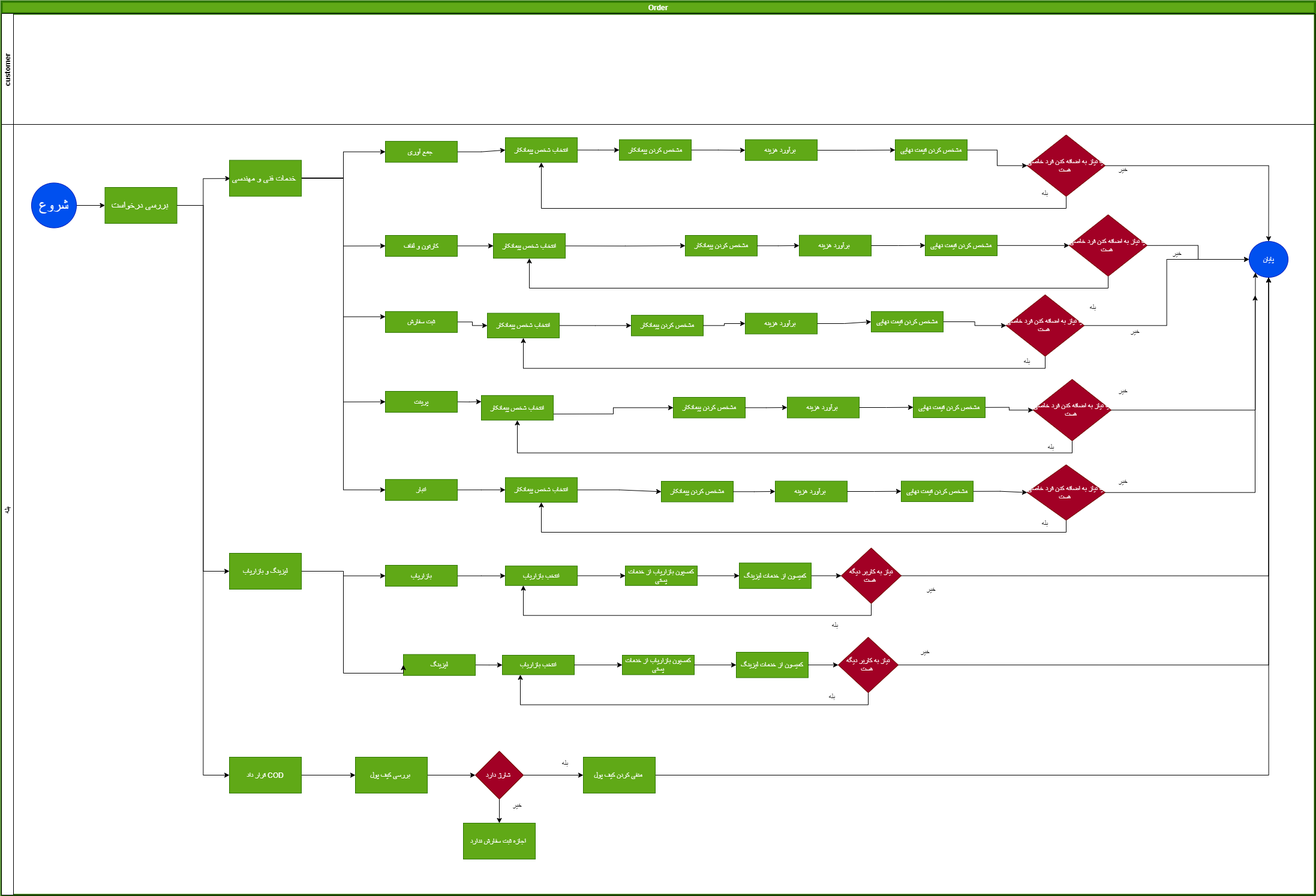
Earlier version of the draw.io export 04-Contract-Service/imgs/BC1-CustumerPlan.png (behrangaghili/Postex-Documents_Diagrams). Source tidied: cells renumbered, new cells last; positions are measured from the earlier drawing's top-left corner, leaving out a move shared by most shapes.
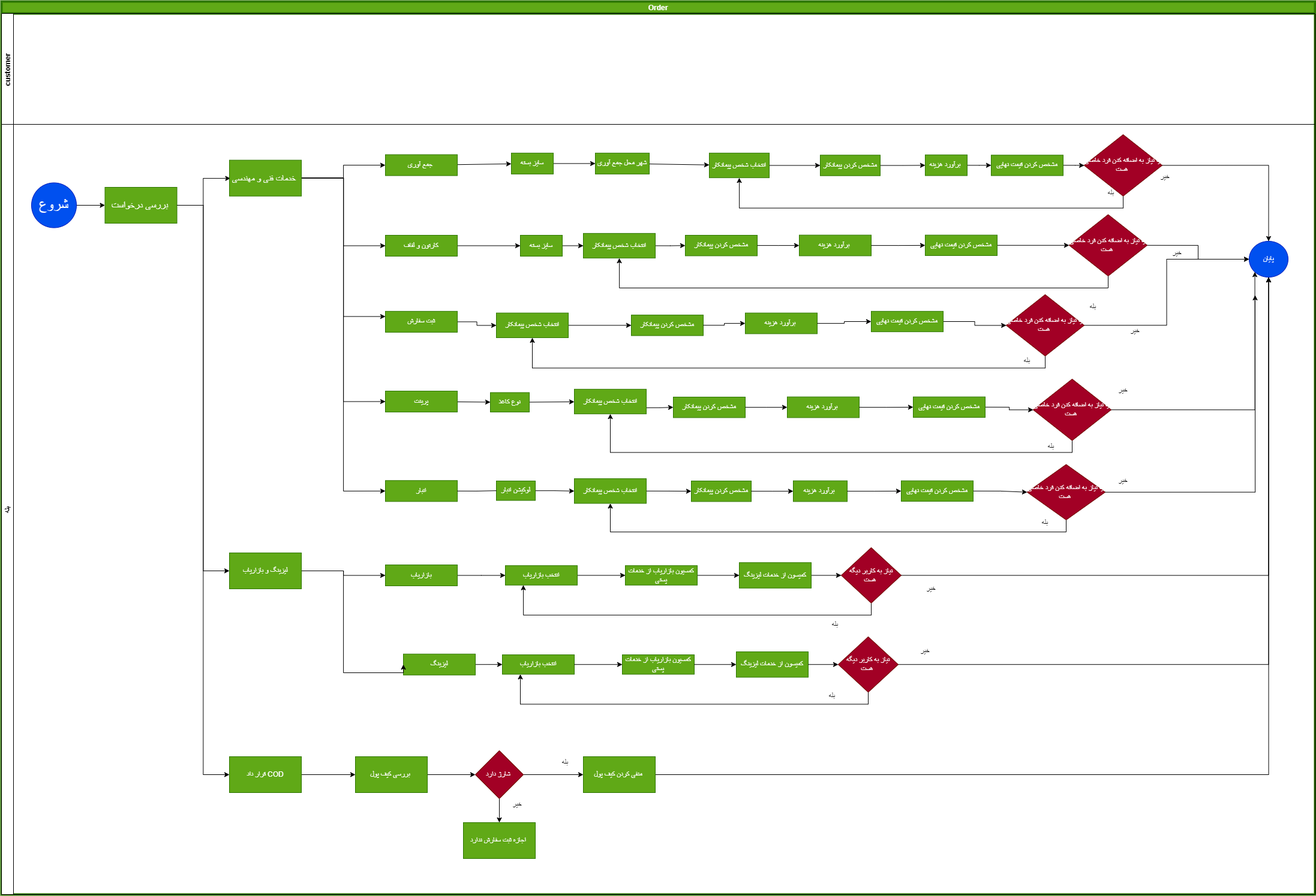
The same diagram one commit later.

Commit message:
edit contract service :diagram , main contact

Diff of the diagram source:
```diff
@@ -25,11 +25,11 @@
     <mxCell id="8" value="&lt;font style=&quot;font-size: 16px&quot;&gt;بررسی درخواست&amp;nbsp;&lt;/font&gt;" style="whiteSpace=wrap;html=1;fontColor=#ffffff;strokeColor=#2D7600;fillColor=#60a917;" parent="5" vertex="1">
       <mxGeometry x="172.5" y="105" width="120" height="60" as="geometry" />
     </mxCell>
-    <mxCell id="9" style="edgeStyle=orthogonalEdgeStyle;rounded=0;jettySize=auto;html=1;" parent="5" edge="1" source="10" target="24">
-      <mxGeometry relative="1" as="geometry" />
-    </mxCell>
+    <mxCell id="135" style="edgeStyle=none;html=1;" parent="5" edge="1" source="10" target="139">
+      <mxGeometry relative="1" as="geometry" />
+    </mxCell>
     <mxCell id="10" value="جمع آوری&amp;nbsp;" style="whiteSpace=wrap;html=1;fontColor=#ffffff;strokeColor=#2D7600;fillColor=#60a917;" parent="5" vertex="1">
-      <mxGeometry x="640" y="28.1" width="120" height="35" as="geometry" />
+      <mxGeometry x="640" y="50.5" width="120" height="35" as="geometry" />
     </mxCell>
     <mxCell id="11" style="edgeStyle=orthogonalEdgeStyle;rounded=0;jettySize=auto;html=1;exitX=1;exitY=0.5;exitDx=0;exitDy=0;" parent="5" edge="1" source="12" target="104">
       <mxGeometry relative="1" as="geometry" />
@@ -43,15 +43,15 @@
     <mxCell id="14" value="بازاریاب" style="whiteSpace=wrap;html=1;fontColor=#ffffff;strokeColor=#2D7600;fillColor=#60a917;" parent="5" vertex="1">
       <mxGeometry x="640" y="735" width="120" height="35" as="geometry" />
     </mxCell>
-    <mxCell id="15" style="edgeStyle=orthogonalEdgeStyle;rounded=0;jettySize=auto;html=1;exitX=1;exitY=0.5;exitDx=0;exitDy=0;" parent="5" edge="1" source="16" target="62">
+    <mxCell id="15" style="edgeStyle=orthogonalEdgeStyle;rounded=0;jettySize=auto;html=1;exitX=1;exitY=0.5;exitDx=0;exitDy=0;startArrow=none;" parent="5" edge="1" source="145" target="62">
       <mxGeometry relative="1" as="geometry" />
     </mxCell>
     <mxCell id="16" value="انبار" style="whiteSpace=wrap;html=1;fontColor=#ffffff;strokeColor=#2D7600;fillColor=#60a917;" parent="5" vertex="1">
-      <mxGeometry x="640" y="591.9" width="120" height="35" as="geometry" />
+      <mxGeometry x="640" y="594.3" width="120" height="35" as="geometry" />
     </mxCell>
-    <mxCell id="17" style="edgeStyle=orthogonalEdgeStyle;rounded=0;jettySize=auto;html=1;exitX=1;exitY=0.5;exitDx=0;exitDy=0;entryX=0;entryY=0.25;entryDx=0;entryDy=0;" parent="5" edge="1" source="18" target="54">
-      <mxGeometry relative="1" as="geometry" />
-    </mxCell>
+    <mxCell id="136" style="edgeStyle=none;html=1;" parent="5" edge="1" source="18" target="144">
+      <mxGeometry relative="1" as="geometry" />
+    </mxCell>
     <mxCell id="18" value="پرینت" style="whiteSpace=wrap;html=1;fontColor=#ffffff;strokeColor=#2D7600;fillColor=#60a917;" parent="5" vertex="1">
       <mxGeometry x="640" y="445" width="120" height="35" as="geometry" />
     </mxCell>
@@ -61,9 +61,12 @@
     <mxCell id="20" value="ثبت سفارش" style="whiteSpace=wrap;html=1;fontColor=#ffffff;strokeColor=#2D7600;fillColor=#60a917;" parent="5" vertex="1">
       <mxGeometry x="640" y="311.9" width="120" height="35" as="geometry" />
     </mxCell>
-    <mxCell id="21" style="edgeStyle=orthogonalEdgeStyle;rounded=0;jettySize=auto;html=1;exitX=1;exitY=0.5;exitDx=0;exitDy=0;entryX=0;entryY=0.5;entryDx=0;entryDy=0;" parent="5" edge="1" source="22" target="38">
+    <mxCell id="21" style="edgeStyle=orthogonalEdgeStyle;rounded=0;jettySize=auto;html=1;exitX=1;exitY=0.5;exitDx=0;exitDy=0;entryX=0;entryY=0.5;entryDx=0;entryDy=0;startArrow=none;" parent="5" edge="1" source="142" target="38">
       <mxGeometry relative="1" as="geometry" />
     </mxCell>
+    <mxCell id="137" style="edgeStyle=none;html=1;" parent="5" edge="1" source="22" target="142">
+      <mxGeometry relative="1" as="geometry" />
+    </mxCell>
     <mxCell id="22" value="کارتون و لفاف" style="whiteSpace=wrap;html=1;fontColor=#ffffff;strokeColor=#2D7600;fillColor=#60a917;" parent="5" vertex="1">
       <mxGeometry x="640" y="185" width="120" height="35" as="geometry" />
     </mxCell>
@@ -71,7 +74,7 @@
       <mxGeometry relative="1" as="geometry" />
     </mxCell>
     <mxCell id="24" value="انتخاب شخص پیمانکار" style="whiteSpace=wrap;html=1;fontColor=#ffffff;strokeColor=#2D7600;fillColor=#60a917;" parent="5" vertex="1">
-      <mxGeometry x="840" y="22" width="120" height="41.2" as="geometry" />
+      <mxGeometry x="1180" y="47.9" width="100" height="41.2" as="geometry" />
     </mxCell>
     <mxCell id="25" style="edgeStyle=orthogonalEdgeStyle;rounded=0;jettySize=auto;html=1;exitX=1;exitY=0.5;exitDx=0;exitDy=0;" parent="5" edge="1" source="30" target="10">
       <mxGeometry relative="1" as="geometry" />
@@ -95,25 +98,25 @@
       <mxGeometry relative="1" as="geometry" />
     </mxCell>
     <mxCell id="32" value="مشخص کردن پیمانکار" style="whiteSpace=wrap;html=1;fontColor=#ffffff;strokeColor=#2D7600;fillColor=#60a917;" parent="5" vertex="1">
-      <mxGeometry x="1030" y="25.4" width="120" height="34.4" as="geometry" />
+      <mxGeometry x="1365" y="51.3" width="100" height="34.4" as="geometry" />
     </mxCell>
     <mxCell id="33" style="edgeStyle=orthogonalEdgeStyle;rounded=0;jettySize=auto;html=1;" parent="5" edge="1" source="34" target="36">
       <mxGeometry relative="1" as="geometry" />
     </mxCell>
     <mxCell id="34" value="برآورد هزینه&amp;nbsp;" style="whiteSpace=wrap;html=1;fontColor=#ffffff;strokeColor=#2D7600;fillColor=#60a917;" parent="5" vertex="1">
-      <mxGeometry x="1240" y="25.4" width="120" height="34.7" as="geometry" />
+      <mxGeometry x="1540" y="50.8" width="70" height="34.7" as="geometry" />
     </mxCell>
     <mxCell id="35" style="edgeStyle=orthogonalEdgeStyle;rounded=0;jettySize=auto;html=1;" parent="5" edge="1" source="36" target="73">
       <mxGeometry relative="1" as="geometry" />
     </mxCell>
     <mxCell id="36" value="مشخص کردن قیمت نهایی" style="whiteSpace=wrap;html=1;fontColor=#ffffff;strokeColor=#2D7600;fillColor=#60a917;" parent="5" vertex="1">
-      <mxGeometry x="1490" y="25.4" width="120" height="34.2" as="geometry" />
+      <mxGeometry x="1650" y="51.3" width="120" height="34.2" as="geometry" />
     </mxCell>
     <mxCell id="37" style="edgeStyle=orthogonalEdgeStyle;rounded=0;jettySize=auto;html=1;exitX=1;exitY=0.5;exitDx=0;exitDy=0;entryX=0;entryY=0.5;entryDx=0;entryDy=0;" parent="5" edge="1" source="38" target="39">
       <mxGeometry relative="1" as="geometry" />
     </mxCell>
     <mxCell id="38" value="انتخاب شخص پیمانکار" style="whiteSpace=wrap;html=1;fontColor=#ffffff;strokeColor=#2D7600;fillColor=#60a917;" parent="5" vertex="1">
-      <mxGeometry x="820" y="181.9" width="120" height="41.2" as="geometry" />
+      <mxGeometry x="970" y="181.9" width="120" height="41.2" as="geometry" />
     </mxCell>
     <mxCell id="39" value="مشخص کردن پیمانکار" style="whiteSpace=wrap;html=1;fontColor=#ffffff;strokeColor=#2D7600;fillColor=#60a917;" parent="5" vertex="1">
       <mxGeometry x="1140" y="185" width="120" height="34.4" as="geometry" />
@@ -137,7 +140,7 @@
       <mxGeometry relative="1" as="geometry" />
     </mxCell>
     <mxCell id="46" value="انتخاب شخص پیمانکار" style="whiteSpace=wrap;html=1;fontColor=#ffffff;strokeColor=#2D7600;fillColor=#60a917;" parent="5" vertex="1">
-      <mxGeometry x="810" y="314.7" width="120" height="41.2" as="geometry" />
+      <mxGeometry x="825" y="314.7" width="120" height="41.2" as="geometry" />
     </mxCell>
     <mxCell id="47" value="مشخص کردن پیمانکار" style="whiteSpace=wrap;html=1;fontColor=#ffffff;strokeColor=#2D7600;fillColor=#60a917;" parent="5" vertex="1">
       <mxGeometry x="1050" y="318.1" width="120" height="34.4" as="geometry" />
@@ -161,7 +164,7 @@
       <mxGeometry relative="1" as="geometry" />
     </mxCell>
     <mxCell id="54" value="انتخاب شخص پیمانکار" style="whiteSpace=wrap;html=1;fontColor=#ffffff;strokeColor=#2D7600;fillColor=#60a917;" parent="5" vertex="1">
-      <mxGeometry x="800" y="451.9" width="120" height="41.2" as="geometry" />
+      <mxGeometry x="955" y="441.9" width="120" height="41.2" as="geometry" />
     </mxCell>
     <mxCell id="55" value="مشخص کردن پیمانکار" style="whiteSpace=wrap;html=1;fontColor=#ffffff;strokeColor=#2D7600;fillColor=#60a917;" parent="5" vertex="1">
       <mxGeometry x="1120" y="455" width="120" height="34.4" as="geometry" />
@@ -185,13 +188,13 @@
       <mxGeometry relative="1" as="geometry" />
     </mxCell>
     <mxCell id="62" value="انتخاب شخص پیمانکار" style="whiteSpace=wrap;html=1;fontColor=#ffffff;strokeColor=#2D7600;fillColor=#60a917;" parent="5" vertex="1">
-      <mxGeometry x="840" y="588.8" width="120" height="41.2" as="geometry" />
+      <mxGeometry x="955" y="591.2" width="120" height="41.2" as="geometry" />
     </mxCell>
     <mxCell id="63" value="مشخص کردن پیمانکار" style="whiteSpace=wrap;html=1;fontColor=#ffffff;strokeColor=#2D7600;fillColor=#60a917;" parent="5" vertex="1">
-      <mxGeometry x="1100" y="595" width="120" height="34.4" as="geometry" />
+      <mxGeometry x="1150" y="595" width="100" height="34.4" as="geometry" />
     </mxCell>
     <mxCell id="64" value="برآورد هزینه&amp;nbsp;" style="whiteSpace=wrap;html=1;fontColor=#ffffff;strokeColor=#2D7600;fillColor=#60a917;" parent="5" vertex="1">
-      <mxGeometry x="1290" y="594.7" width="120" height="34.7" as="geometry" />
+      <mxGeometry x="1320" y="594.7" width="90" height="34.7" as="geometry" />
     </mxCell>
     <mxCell id="65" style="edgeStyle=orthogonalEdgeStyle;rounded=0;jettySize=auto;html=1;" parent="5" edge="1" source="63" target="64">
       <mxGeometry relative="1" as="geometry" />
@@ -218,10 +221,10 @@
       <mxGeometry relative="1" as="geometry" />
     </mxCell>
     <mxCell id="73" value="آیا نیاز به اضافه کدن فرد خاصی هست&amp;nbsp;" style="rhombus;whiteSpace=wrap;html=1;fontColor=#ffffff;strokeColor=#6F0000;fillColor=#a20025;" parent="5" vertex="1">
-      <mxGeometry x="1710" y="17.5" width="130" height="102.5" as="geometry" />
+      <mxGeometry x="1805" y="17.2" width="130" height="102.5" as="geometry" />
     </mxCell>
     <mxCell id="74" value="&lt;font color=&quot;#000000&quot;&gt;بله&lt;/font&gt;" style="text;html=1;strokeColor=none;fillColor=none;align=center;verticalAlign=middle;whiteSpace=wrap;rounded=0;" parent="5" vertex="1">
-      <mxGeometry x="1720" y="105" width="40" height="20" as="geometry" />
+      <mxGeometry x="1830" y="105" width="40" height="20" as="geometry" />
     </mxCell>
     <mxCell id="75" value="پایان" style="ellipse;whiteSpace=wrap;html=1;rounded=0;fillColor=#0050ef;strokeColor=#001DBC;fontColor=#ffffff;" parent="5" vertex="1">
       <mxGeometry x="2080" y="195" width="65" height="60" as="geometry" />
@@ -385,12 +388,39 @@
     <mxCell id="126" style="edgeStyle=orthogonalEdgeStyle;rounded=0;jettySize=auto;html=1;exitX=1;exitY=0.5;exitDx=0;exitDy=0;entryX=0;entryY=0.5;entryDx=0;entryDy=0;" parent="5" edge="1" source="8" target="116">
       <mxGeometry relative="1" as="geometry" />
     </mxCell>
+    <mxCell id="128" value="&lt;font color=&quot;#000000&quot;&gt;خیر&lt;/font&gt;" style="text;html=1;strokeColor=none;fillColor=none;align=center;verticalAlign=middle;whiteSpace=wrap;rounded=0;" parent="5" vertex="1">
+      <mxGeometry x="1920" y="77.5" width="40" height="20" as="geometry" />
+    </mxCell>
+    <mxCell id="138" style="edgeStyle=none;html=1;" parent="5" edge="1" source="139" target="141">
+      <mxGeometry relative="1" as="geometry" />
+    </mxCell>
+    <mxCell id="139" value="سایز بسته" style="whiteSpace=wrap;html=1;fontColor=#ffffff;strokeColor=#2D7600;fillColor=#60a917;" parent="5" vertex="1">
+      <mxGeometry x="850" y="47.9" width="70" height="35" as="geometry" />
+    </mxCell>
+    <mxCell id="140" style="edgeStyle=none;html=1;" parent="5" edge="1" source="141" target="24">
+      <mxGeometry relative="1" as="geometry" />
+    </mxCell>
+    <mxCell id="141" value="شهر محل جمع آوری" style="whiteSpace=wrap;html=1;fontColor=#ffffff;strokeColor=#2D7600;fillColor=#60a917;" parent="5" vertex="1">
+      <mxGeometry x="990" y="47.9" width="90" height="35" as="geometry" />
+    </mxCell>
+    <mxCell id="142" value="سایز بسته" style="whiteSpace=wrap;html=1;fontColor=#ffffff;strokeColor=#2D7600;fillColor=#60a917;" parent="5" vertex="1">
+      <mxGeometry x="865" y="185" width="70" height="35" as="geometry" />
+    </mxCell>
+    <mxCell id="143" style="edgeStyle=none;html=1;" parent="5" edge="1" source="144" target="54">
+      <mxGeometry relative="1" as="geometry" />
+    </mxCell>
+    <mxCell id="144" value="نوع کاغذ" style="whiteSpace=wrap;html=1;fillColor=#60a917;strokeColor=#2D7600;fontColor=#ffffff;" parent="5" vertex="1">
+      <mxGeometry x="815" y="447.5" width="65" height="32.5" as="geometry" />
+    </mxCell>
+    <mxCell id="145" value="لوکیشن انبار" style="whiteSpace=wrap;html=1;fillColor=#60a917;strokeColor=#2D7600;fontColor=#ffffff;" parent="5" vertex="1">
+      <mxGeometry x="825" y="595" width="65" height="32.5" as="geometry" />
+    </mxCell>
+    <mxCell id="146" style="edgeStyle=orthogonalEdgeStyle;rounded=0;jettySize=auto;html=1;exitX=1;exitY=0.5;exitDx=0;exitDy=0;endArrow=none;" parent="5" edge="1" source="16" target="145">
+      <mxGeometry relative="1" as="geometry" />
+    </mxCell>
     <mxCell id="127" value="&lt;font color=&quot;#000000&quot;&gt;بله&lt;/font&gt;" style="text;html=1;strokeColor=none;fillColor=none;align=center;verticalAlign=middle;whiteSpace=wrap;rounded=0;" parent="1" vertex="1">
       <mxGeometry x="1800" y="500" width="40" height="20" as="geometry" />
     </mxCell>
-    <mxCell id="128" value="&lt;font color=&quot;#000000&quot;&gt;خیر&lt;/font&gt;" style="text;html=1;strokeColor=none;fillColor=none;align=center;verticalAlign=middle;whiteSpace=wrap;rounded=0;" parent="1" vertex="1">
-      <mxGeometry x="1850" y="270" width="40" height="20" as="geometry" />
-    </mxCell>
     <mxCell id="129" value="&lt;font color=&quot;#000000&quot;&gt;خیر&lt;/font&gt;" style="text;html=1;strokeColor=none;fillColor=none;align=center;verticalAlign=middle;whiteSpace=wrap;rounded=0;" parent="1" vertex="1">
       <mxGeometry x="1940" y="410" width="40" height="20" as="geometry" />
     </mxCell>
```
